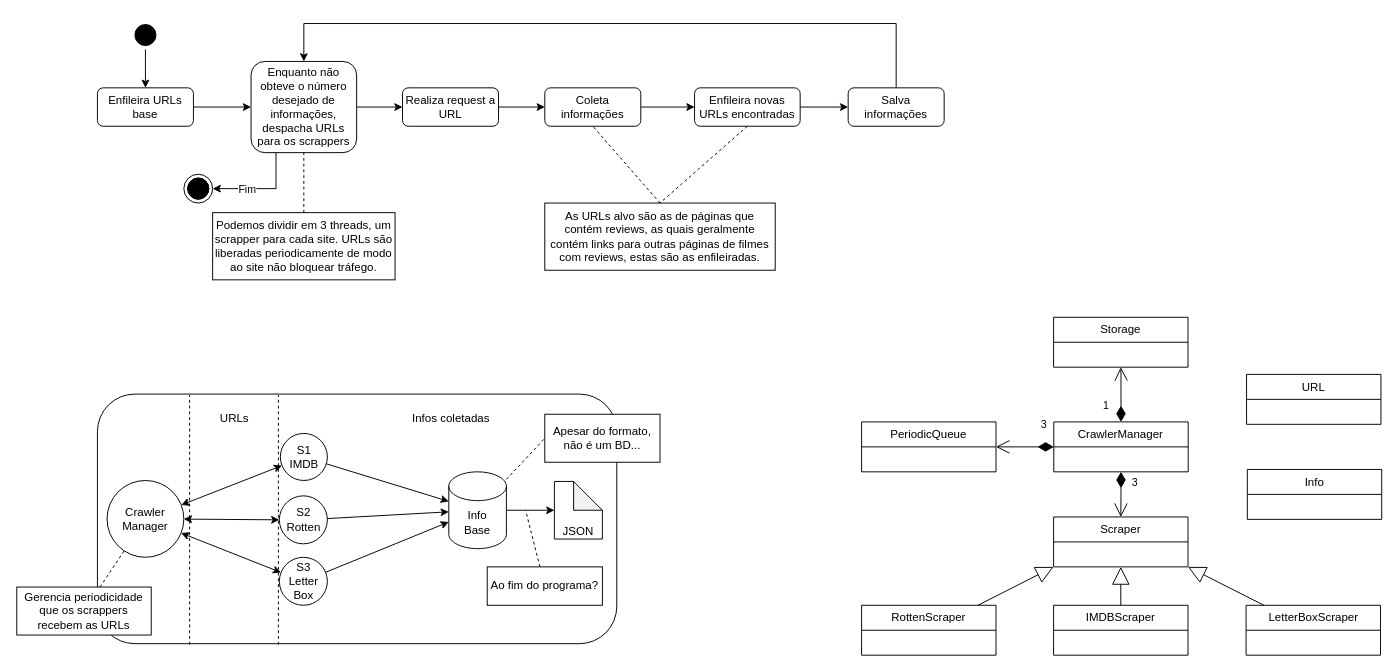
Above: doc/CrawlerArchitecture.drawio in Vitor-Calegari/INE5454-gerencia-de-dados (draw.io), before the change. Source tidied: cells renumbered, new cells numbered last; positions are measured from the earlier drawing's top-left corner, leaving out a move shared by most shapes. Both pictures are drawn from the tidied source at 96%, with x=0, y=0 at pixel (16, 20).
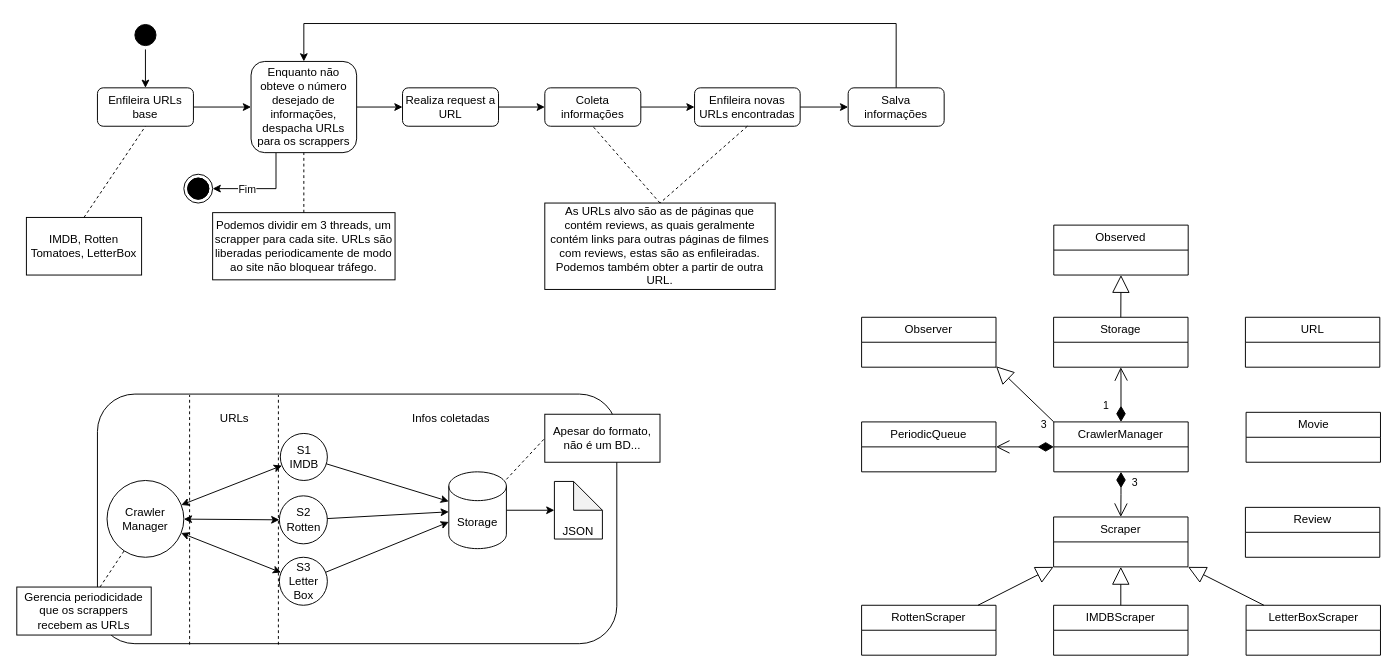
Above is the later version.

The change refers to these unchanged cells:
```xml
<mxCell id="4" value="Enfileira URLs base" style="rounded=1;whiteSpace=wrap;html=1;" parent="1" vertex="1">
  <mxGeometry x="84" y="70" width="100" height="40" as="geometry" />
</mxCell>
<mxCell id="49" value="CrawlerManager" style="swimlane;fontStyle=0;horizontal=1;startSize=26;fillColor=none;whiteSpace=wrap;html=1;" parent="1" vertex="1">
  <mxGeometry x="1080.2" y="418" width="140" height="52" as="geometry" />
</mxCell>
<mxCell id="59" value="Storage" style="swimlane;fontStyle=0;horizontal=1;startSize=26;fillColor=none;whiteSpace=wrap;html=1;" parent="1" vertex="1">
  <mxGeometry x="1080" y="309" width="140" height="52" as="geometry" />
</mxCell>
```

Diff of the diagram source:
```diff
@@
-    <mxCell id="19" value="As URLs alvo são as de páginas que contém reviews, as quais geralmente contém links para outras páginas de filmes com reviews, estas são as enfileiradas." style="rounded=0;whiteSpace=wrap;html=1;" parent="1" vertex="1">
-      <mxGeometry x="550" y="190" width="240" height="70" as="geometry" />
+    <mxCell id="19" value="As URLs alvo são as de páginas que contém reviews, as quais geralmente contém links para outras páginas de filmes com reviews, estas são as enfileiradas. Podemos também obter a partir de outra URL." style="rounded=0;whiteSpace=wrap;html=1;" parent="1" vertex="1">
+      <mxGeometry x="550" y="190" width="240" height="90" as="geometry" />
     </mxCell>
@@
-    <mxCell id="23" value="Info&lt;br&gt;Base" style="shape=cylinder3;whiteSpace=wrap;html=1;boundedLbl=1;backgroundOutline=1;size=15;" parent="1" vertex="1">
+    <mxCell id="23" value="Storage" style="shape=cylinder3;whiteSpace=wrap;html=1;boundedLbl=1;backgroundOutline=1;size=15;" parent="1" vertex="1">
       <mxGeometry x="450" y="470" width="60" height="80" as="geometry" />
     </mxCell>
@@
-    <mxCell id="43" value="Ao fim do programa?" style="rounded=0;whiteSpace=wrap;html=1;" parent="1" vertex="1">
-      <mxGeometry x="490" y="569" width="120" height="40" as="geometry" />
-    </mxCell>
-    <mxCell id="44" style="endArrow=none;dashed=1;html=1;rounded=0;" parent="1" edge="1" source="43">
-      <mxGeometry relative="1" as="geometry">
-        <mxPoint x="530" y="510" as="targetPoint" />
-      </mxGeometry>
-    </mxCell>
@@
     <mxCell id="50" value="URL" style="swimlane;fontStyle=0;horizontal=1;startSize=26;fillColor=none;whiteSpace=wrap;html=1;" parent="1" vertex="1">
-      <mxGeometry x="1281" y="368.5" width="140" height="52" as="geometry" />
+      <mxGeometry x="1279.8" y="309" width="140" height="52" as="geometry" />
     </mxCell>
-    <mxCell id="51" value="Info" style="swimlane;fontStyle=0;horizontal=1;startSize=26;fillColor=none;whiteSpace=wrap;html=1;" parent="1" vertex="1">
-      <mxGeometry x="1281.8" y="467.5" width="140" height="52" as="geometry" />
+    <mxCell id="51" value="Movie" style="swimlane;fontStyle=0;horizontal=1;startSize=26;fillColor=none;whiteSpace=wrap;html=1;" parent="1" vertex="1">
+      <mxGeometry x="1280.5" y="408" width="140" height="52" as="geometry" />
     </mxCell>
@@
+    <mxCell id="64" value="IMDB, Rotten Tomatoes, LetterBox" style="rounded=0;whiteSpace=wrap;html=1;" parent="1" vertex="1">
+      <mxGeometry x="10" y="205" width="120" height="60" as="geometry" />
+    </mxCell>
+    <mxCell id="65" style="endArrow=none;dashed=1;html=1;rounded=0;exitX=0.5;exitY=0;exitDx=0;exitDy=0;entryX=0.5;entryY=1;entryDx=0;entryDy=0;" parent="1" edge="1" source="64" target="4">
+      <mxGeometry relative="1" as="geometry" />
+    </mxCell>
+    <mxCell id="66" value="Review" style="swimlane;fontStyle=0;horizontal=1;startSize=26;fillColor=none;whiteSpace=wrap;html=1;" parent="1" vertex="1">
+      <mxGeometry x="1279.8" y="507" width="140" height="52" as="geometry" />
+    </mxCell>
+    <mxCell id="67" value="Observed" style="swimlane;fontStyle=0;horizontal=1;startSize=26;fillColor=none;whiteSpace=wrap;html=1;" parent="1" vertex="1">
+      <mxGeometry x="1080.2" y="213" width="140" height="52" as="geometry" />
+    </mxCell>
+    <mxCell id="68" style="endArrow=block;endSize=16;endFill=0;html=1;rounded=0;entryX=0.5;entryY=1;entryDx=0;entryDy=0;exitX=0.5;exitY=0;exitDx=0;exitDy=0;" parent="1" edge="1" source="59" target="67">
+      <mxGeometry relative="1" as="geometry" />
+    </mxCell>
+    <mxCell id="69" value="&lt;div&gt;Observer&lt;/div&gt;" style="swimlane;fontStyle=0;horizontal=1;startSize=26;fillColor=none;whiteSpace=wrap;html=1;" parent="1" vertex="1">
+      <mxGeometry x="880" y="309" width="140" height="52" as="geometry" />
+    </mxCell>
+    <mxCell id="70" style="endArrow=block;endSize=16;endFill=0;html=1;rounded=0;exitX=0;exitY=0;exitDx=0;exitDy=0;" parent="1" edge="1" source="49">
+      <mxGeometry relative="1" as="geometry">
+        <mxPoint x="1020" y="360" as="targetPoint" />
+      </mxGeometry>
+    </mxCell>
```
